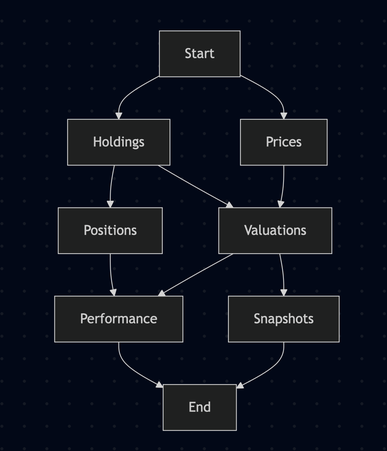
Earlier version of the Mermaid export docs/close-of-day.png (ianfnelson/hoard). Its source is kept beside it as docs/close-of-day.mermaid. The source it was exported from:
```mermaid
flowchart TD
    A[Start] --> B[Holdings]
    A --> C[Prices]
    B --> D[Positions]
    B --> E[Valuations]
    C --> E
    E --> F[Performance]
    D --> F
    E --> G[Snapshots]
    F --> H[End]
    G --> H

```
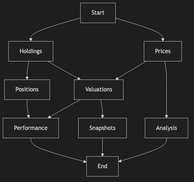
Above is the later version.

What changed in the source:
```diff
@@ -4,9 +4,11 @@
     B --> D[Positions]
     B --> E[Valuations]
     C --> E
+    C --> I[Analysis]
     E --> F[Performance]
     D --> F
     E --> G[Snapshots]
     F --> H[End]
     G --> H
+    I --> H
 
```
